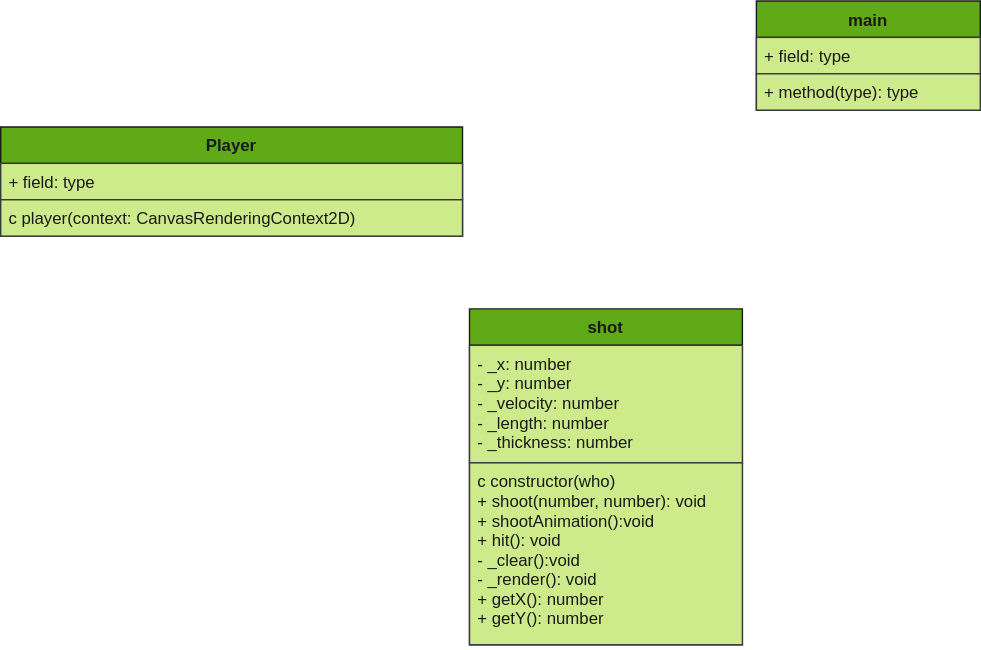
Earlier version of the draw.io export uml/uml.svg (Jim8Knopf/jkons-invader). Source tidied: cells renumbered, new cells last; positions are measured from the earlier drawing's top-left corner, leaving out a move shared by most shapes.
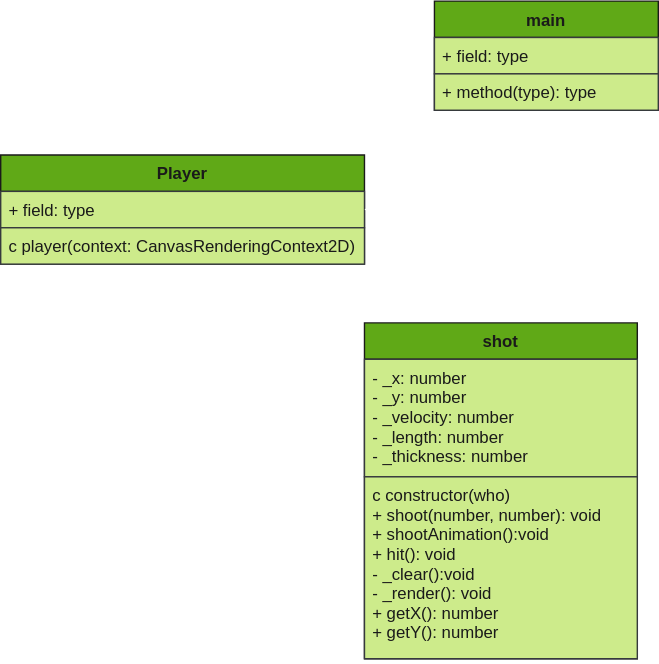
After the commit.

What changed in the source:
```diff
@@ -3,16 +3,16 @@
     <mxCell id="0" />
     <mxCell id="1" parent="0" />
     <mxCell id="2" value="Player" style="swimlane;fontStyle=1;align=center;verticalAlign=top;horizontal=1;startSize=26;rounded=0;shadow=0;fontColor=#1A1A1A;strokeColor=#1A1A1A;fillColor=#60a917;swimlaneFillColor=#CDEB8B;glass=0;sketch=0;" parent="1" vertex="1">
-      <mxGeometry y="90" width="330" height="78" as="geometry" />
+      <mxGeometry y="90" width="260" height="78" as="geometry" />
     </mxCell>
     <mxCell id="3" value="+ field: type" style="text;strokeColor=#36393d;fillColor=#CDEB8B;align=left;verticalAlign=top;spacingLeft=4;spacingRight=4;overflow=hidden;points=[[0,0.5],[1,0.5]];portConstraint=eastwest;fontColor=#1A1A1A;" parent="2" vertex="1">
-      <mxGeometry y="26" width="330" height="26" as="geometry" />
+      <mxGeometry y="26" width="260" height="26" as="geometry" />
     </mxCell>
     <mxCell id="4" value="c player(context: CanvasRenderingContext2D)" style="text;strokeColor=#36393d;fillColor=#CDEB8B;align=left;verticalAlign=top;spacingLeft=4;spacingRight=4;overflow=hidden;fontColor=#1A1A1A;" parent="2" vertex="1">
-      <mxGeometry y="52" width="330" height="26" as="geometry" />
+      <mxGeometry y="52" width="260" height="26" as="geometry" />
     </mxCell>
     <mxCell id="5" value="main" style="swimlane;fontStyle=1;align=center;verticalAlign=top;horizontal=1;startSize=26;fillColor=#60a917;rounded=0;glass=0;shadow=0;sketch=0;labelBackgroundColor=none;fontColor=#1A1A1A;swimlaneFillColor=#CDEB8B;strokeColor=#1A1A1A;" parent="1" vertex="1">
-      <mxGeometry x="540" width="160" height="78" as="geometry" />
+      <mxGeometry x="310" y="-20" width="160" height="78" as="geometry" />
     </mxCell>
     <mxCell id="6" value="+ field: type" style="text;strokeColor=#36393d;align=left;verticalAlign=top;spacingLeft=4;spacingRight=4;overflow=hidden;fontColor=#1A1A1A;fillColor=#CDEB8B;" parent="5" vertex="1">
       <mxGeometry y="26" width="160" height="26" as="geometry" />
@@ -20,8 +20,11 @@
     <mxCell id="7" value="+ method(type): type" style="text;strokeColor=#36393d;fillColor=#cdeb8b;align=left;verticalAlign=top;spacingLeft=4;spacingRight=4;overflow=hidden;fontColor=#1A1A1A;" parent="5" vertex="1">
       <mxGeometry y="52" width="160" height="26" as="geometry" />
     </mxCell>
+    <mxCell id="11" style="edgeStyle=orthogonalEdgeStyle;rounded=0;jettySize=auto;html=1;exitX=0.5;exitY=0;exitDx=0;exitDy=0;entryX=1;entryY=0.5;entryDx=0;entryDy=0;startSize=26;endArrow=diamondThin;endFill=1;strokeWidth=2;fontColor=#1A1A1A;strokeColor=#FFFFFF;" parent="1" edge="1" source="8" target="3">
+      <mxGeometry relative="1" as="geometry" />
+    </mxCell>
     <mxCell id="8" value="shot" style="swimlane;fontStyle=1;align=center;verticalAlign=top;horizontal=1;startSize=26;fillColor=#60a917;rounded=0;glass=0;shadow=0;sketch=0;labelBackgroundColor=none;fontColor=#1A1A1A;swimlaneFillColor=#CDEB8B;strokeColor=#1A1A1A;noLabel=0;" parent="1" vertex="1">
-      <mxGeometry x="335" y="220" width="195" height="240" as="geometry" />
+      <mxGeometry x="260" y="210" width="195" height="240" as="geometry" />
     </mxCell>
     <mxCell id="9" value="- _x: number&#10;- _y: number&#10;- _velocity: number&#10;- _length: number&#10;- _thickness: number" style="text;strokeColor=#36393d;align=left;verticalAlign=top;spacingLeft=4;spacingRight=4;overflow=hidden;fontColor=#1A1A1A;fillColor=#CDEB8B;noLabel=0;absoluteArcSize=0;backgroundOutline=0;" parent="8" vertex="1">
       <mxGeometry y="26" width="195" height="84" as="geometry" />
```
